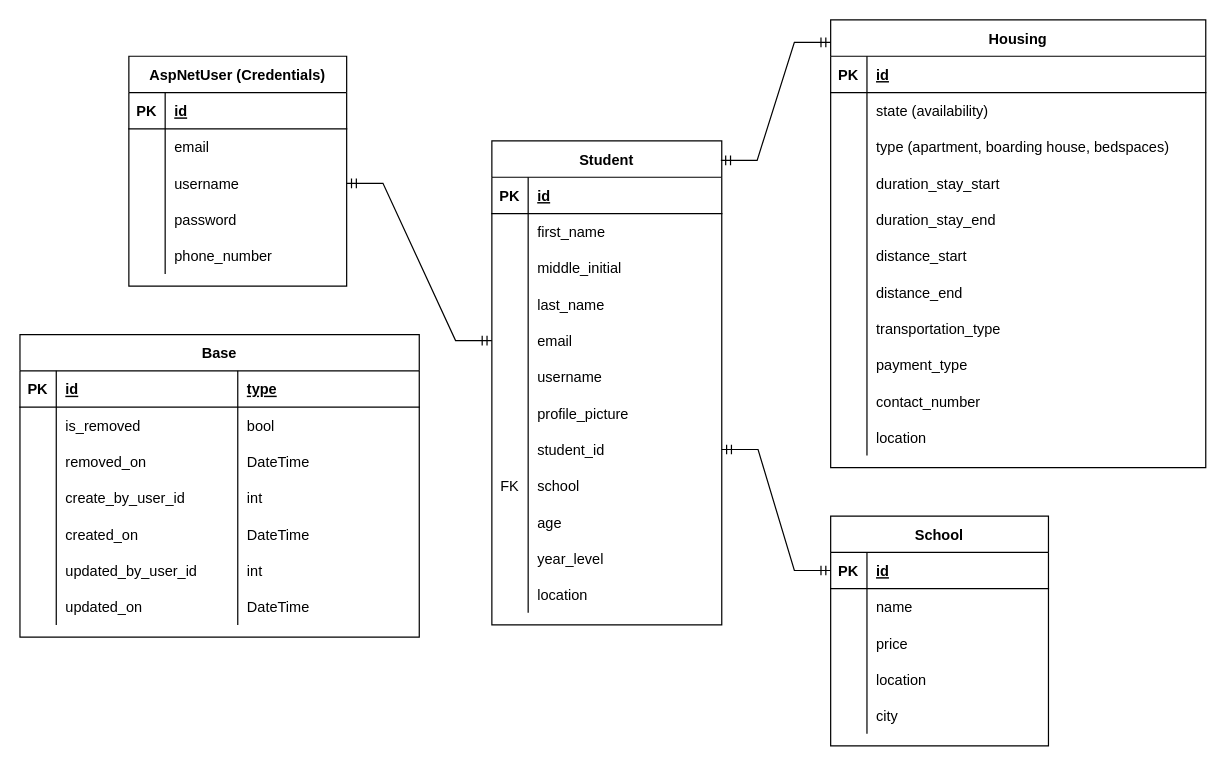
Before: Untitled Diagram.drawio in genebit/draw.io-diagrams, a draw.io diagram. Source tidied: cells renumbered, new cells numbered last; positions are measured from the earlier drawing's top-left corner, leaving out a move shared by most shapes. Both pictures are drawn from the tidied source at 121%, with x=0, y=0 at pixel (19, 19).
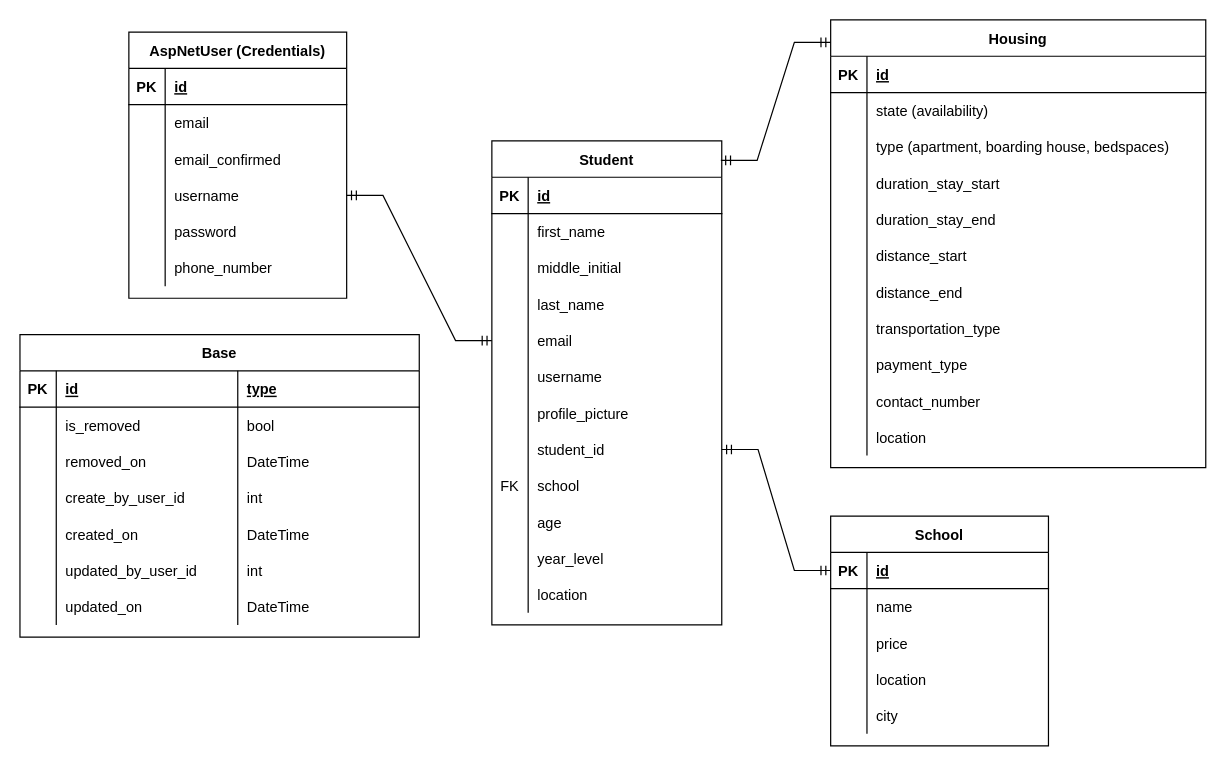
The same diagram, later.

Diff of the diagram source:
```diff
@@
     <mxCell id="91" value="AspNetUser (Credentials)" style="shape=table;startSize=30;childLayout=tableLayout;rowLines=0;fontStyle=1;align=center;" parent="1" vertex="1">
-      <mxGeometry x="90" y="30" width="180" height="190" as="geometry" />
+      <mxGeometry x="90" y="10" width="180" height="220" as="geometry" />
     </mxCell>
@@
+    <mxCell id="137" style="shape=tableRow;horizontal=0;startSize=0;swimlaneHead=0;swimlaneBody=0;fillColor=none;top=0;left=0;right=0;bottom=0;" parent="91" vertex="1">
+      <mxGeometry y="90" width="180" height="30" as="geometry" />
+    </mxCell>
+    <mxCell id="138" style="shape=partialRectangle;fillColor=none;top=0;left=0;bottom=0;right=0;overflow=hidden;" parent="137" vertex="1">
+      <mxGeometry width="30" height="30" as="geometry" />
+    </mxCell>
+    <mxCell id="139" value="email_confirmed" style="shape=partialRectangle;fillColor=none;top=0;left=0;bottom=0;right=0;align=left;spacingLeft=6;overflow=hidden;" parent="137" vertex="1">
+      <mxGeometry x="30" width="150" height="30" as="geometry" />
+    </mxCell>
     <mxCell id="98" style="shape=tableRow;horizontal=0;startSize=0;swimlaneHead=0;swimlaneBody=0;fillColor=none;points=[[0,0.5],[1,0.5]];portConstraint=eastwest;top=0;left=0;right=0;bottom=0;" parent="91" vertex="1">
-      <mxGeometry y="90" width="180" height="30" as="geometry" />
+      <mxGeometry y="120" width="180" height="30" as="geometry" />
     </mxCell>
@@
     <mxCell id="101" style="shape=tableRow;horizontal=0;startSize=0;swimlaneHead=0;swimlaneBody=0;fillColor=none;top=0;left=0;right=0;bottom=0;" parent="91" vertex="1">
-      <mxGeometry y="120" width="180" height="30" as="geometry" />
+      <mxGeometry y="150" width="180" height="30" as="geometry" />
     </mxCell>
@@
     <mxCell id="104" style="shape=tableRow;horizontal=0;startSize=0;swimlaneHead=0;swimlaneBody=0;fillColor=none;top=0;left=0;right=0;bottom=0;" parent="91" vertex="1">
-      <mxGeometry y="150" width="180" height="30" as="geometry" />
+      <mxGeometry y="180" width="180" height="30" as="geometry" />
     </mxCell>
```
